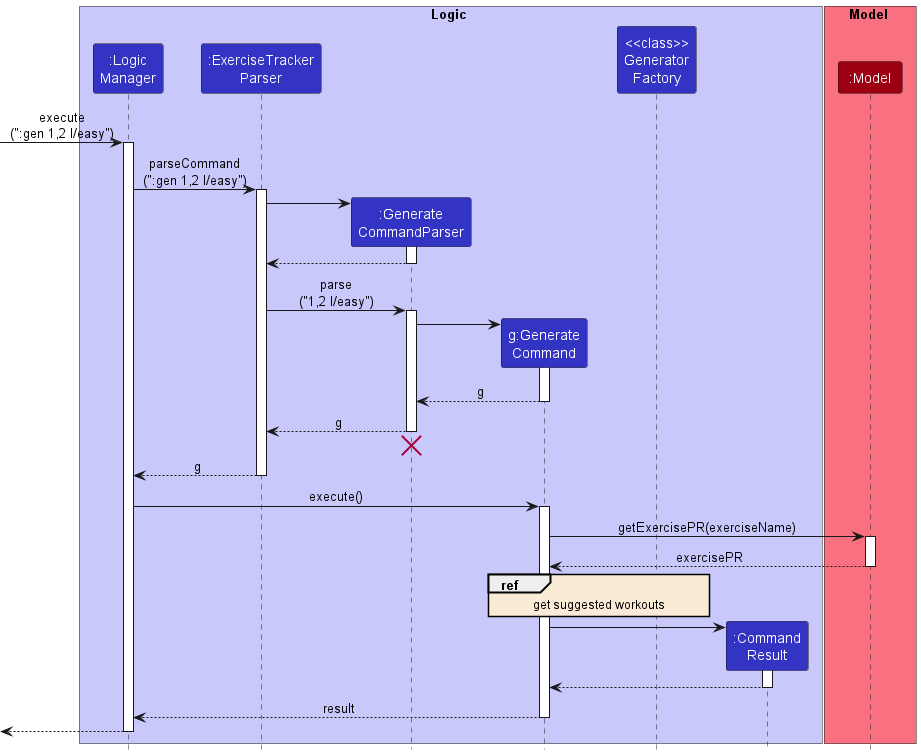
The PlantUML diagram docs/images/GenerateWorkoutSequenceDiagram.png in nus-cs2103-AY2223S1/tp, before a commit.
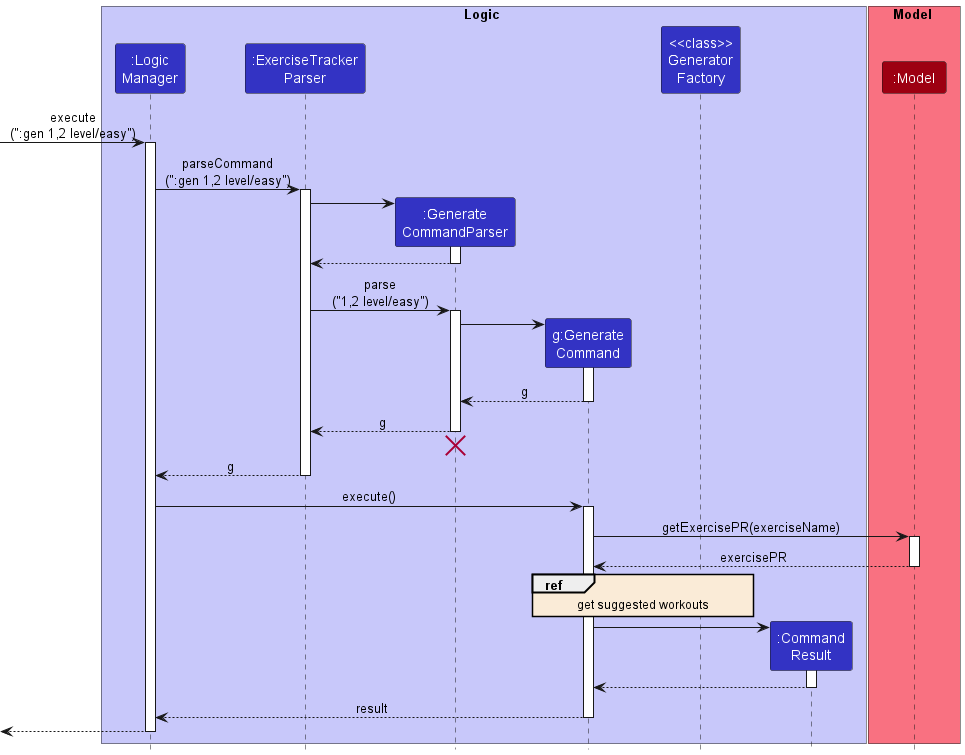
Later version of the same file.

What changed in the source:
```diff
@@ -15,10 +15,10 @@
 participant ":Model" as Model MODEL_COLOR
 end box
 
-[-> LogicManager : execute\n(":gen 1,2 l/easy")
+[-> LogicManager : execute\n(":gen 1,2 level/easy")
 activate LogicManager
 
-LogicManager -> ExerciseTrackerParser : parseCommand\n(":gen 1,2 l/easy")
+LogicManager -> ExerciseTrackerParser : parseCommand\n(":gen 1,2 level/easy")
 activate ExerciseTrackerParser
 
 create GenerateCommandParser
@@ -28,7 +28,7 @@
 GenerateCommandParser --> ExerciseTrackerParser
 deactivate GenerateCommandParser
 
-ExerciseTrackerParser -> GenerateCommandParser : parse\n("1,2 l/easy")
+ExerciseTrackerParser -> GenerateCommandParser : parse\n("1,2 level/easy")
 activate GenerateCommandParser
 
 create GenerateCommand
```
